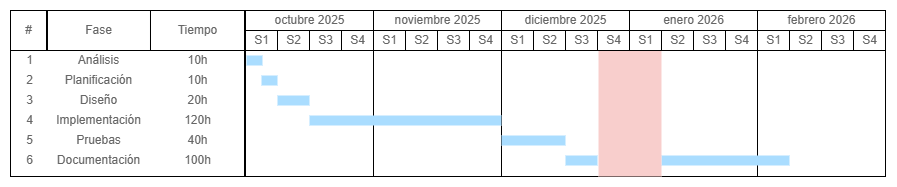
Before: documents/img/diagramas/gantt.png, a diagram exported from draw.io (humaral/tfg). Source tidied: cells renumbered, new cells last; positions are measured from the earlier drawing's top-left corner, leaving out a move shared by most shapes. Its diagram source:
```xml
<mxGraphModel>
  <root>
    <mxCell id="0" />
    <mxCell id="1" parent="0" />
    <mxCell id="2" style="strokeColor=inherit;fillColor=inherit;gradientColor=inherit;strokeWidth=1;shadow=0;dashed=0;align=center;html=1;shape=mxgraph.mockup.graphics.rrect;rSize=0;fontColor=#666666;" parent="1" vertex="1">
      <mxGeometry x="363" y="40" width="128" height="126" as="geometry" />
    </mxCell>
    <mxCell id="3" style="strokeColor=inherit;fillColor=inherit;gradientColor=inherit;strokeWidth=1;shadow=0;dashed=0;align=center;html=1;shape=mxgraph.mockup.graphics.rrect;rSize=0;fontColor=#666666;" parent="1" vertex="1">
      <mxGeometry x="491" y="40" width="128" height="126" as="geometry" />
    </mxCell>
    <mxCell id="4" style="strokeColor=inherit;fillColor=inherit;gradientColor=inherit;strokeWidth=1;shadow=0;dashed=0;align=center;html=1;shape=mxgraph.mockup.graphics.rrect;rSize=0;fontColor=#666666;" parent="1" vertex="1">
      <mxGeometry x="619" y="40" width="128" height="126" as="geometry" />
    </mxCell>
    <mxCell id="5" style="strokeColor=inherit;fillColor=inherit;gradientColor=inherit;strokeWidth=1;shadow=0;dashed=0;align=center;html=1;shape=mxgraph.mockup.graphics.rrect;rSize=0;fontColor=#666666;" parent="1" vertex="1">
      <mxGeometry x="747" y="40" width="128" height="126" as="geometry" />
    </mxCell>
    <mxCell id="6" value="#" style="strokeColor=inherit;fillColor=inherit;gradientColor=inherit;strokeWidth=1;shadow=0;dashed=0;align=center;html=1;shape=mxgraph.mockup.graphics.rrect;rSize=0;fontColor=#666666;" parent="1" vertex="1">
      <mxGeometry width="36" height="40" as="geometry" />
    </mxCell>
    <mxCell id="7" value="Fase" style="strokeColor=inherit;fillColor=inherit;gradientColor=inherit;strokeWidth=1;shadow=0;dashed=0;align=center;html=1;shape=mxgraph.mockup.graphics.rrect;rSize=0;fontColor=#666666;" parent="1" vertex="1">
      <mxGeometry x="37" width="103" height="40" as="geometry" />
    </mxCell>
    <mxCell id="8" value="Tiempo" style="strokeColor=inherit;fillColor=inherit;gradientColor=inherit;strokeWidth=1;shadow=0;dashed=0;align=center;html=1;shape=mxgraph.mockup.graphics.rrect;rSize=0;fontColor=#666666;" parent="1" vertex="1">
      <mxGeometry x="140" width="94" height="40" as="geometry" />
    </mxCell>
    <mxCell id="9" value="octubre 2025" style="strokeColor=inherit;fillColor=inherit;gradientColor=inherit;strokeWidth=1;shadow=0;dashed=0;align=center;html=1;shape=mxgraph.mockup.graphics.rrect;rSize=0;fontColor=#666666;" parent="1" vertex="1">
      <mxGeometry x="235" width="128" height="20" as="geometry" />
    </mxCell>
    <mxCell id="10" value="S1" style="strokeColor=inherit;fillColor=inherit;gradientColor=inherit;strokeWidth=1;shadow=0;dashed=0;align=center;html=1;shape=mxgraph.mockup.graphics.rrect;rSize=0;fontColor=#666666;" parent="1" vertex="1">
      <mxGeometry x="235" y="20" width="32" height="20" as="geometry" />
    </mxCell>
    <mxCell id="11" style="strokeColor=inherit;fillColor=inherit;gradientColor=inherit;strokeWidth=1;shadow=0;dashed=0;align=center;html=1;shape=mxgraph.mockup.graphics.rrect;rSize=0;fontColor=#666666;" parent="1" vertex="1">
      <mxGeometry y="40" width="234" height="126" as="geometry" />
    </mxCell>
    <mxCell id="12" style="strokeColor=inherit;fillColor=inherit;gradientColor=inherit;strokeWidth=1;shadow=0;dashed=0;align=center;html=1;shape=mxgraph.mockup.graphics.rrect;rSize=0;fontColor=#666666;" parent="1" vertex="1">
      <mxGeometry x="235" y="40" width="128" height="126" as="geometry" />
    </mxCell>
    <mxCell id="13" value="1" style="strokeWidth=1;shadow=0;dashed=0;align=center;html=1;shape=mxgraph.mockup.graphics.anchor;fontColor=#666666;" parent="1" vertex="1">
      <mxGeometry y="40" width="37.3" height="20" as="geometry" />
    </mxCell>
    <mxCell id="14" value="Análisis" style="strokeWidth=1;shadow=0;dashed=0;align=center;html=1;shape=mxgraph.mockup.graphics.anchor;fontColor=#666666;" parent="1" vertex="1">
      <mxGeometry x="50.3" y="40" width="74.7" height="20" as="geometry" />
    </mxCell>
    <mxCell id="15" value="10h" style="strokeWidth=1;shadow=0;dashed=0;align=center;html=1;shape=mxgraph.mockup.graphics.anchor;fontColor=#666666;" parent="1" vertex="1">
      <mxGeometry x="140" y="40" width="93.3" height="20" as="geometry" />
    </mxCell>
    <mxCell id="16" value="2" style="strokeWidth=1;shadow=0;dashed=0;align=center;html=1;shape=mxgraph.mockup.graphics.anchor;fontColor=#666666;" parent="1" vertex="1">
      <mxGeometry y="60" width="37.3" height="20" as="geometry" />
    </mxCell>
    <mxCell id="17" value="Planificación" style="strokeWidth=1;shadow=0;dashed=0;align=center;html=1;shape=mxgraph.mockup.graphics.anchor;fontColor=#666666;" parent="1" vertex="1">
      <mxGeometry x="50.3" y="60" width="74.7" height="20" as="geometry" />
    </mxCell>
    <mxCell id="18" value="10h" style="strokeWidth=1;shadow=0;dashed=0;align=center;html=1;shape=mxgraph.mockup.graphics.anchor;fontColor=#666666;" parent="1" vertex="1">
      <mxGeometry x="140.3" y="60" width="93.3" height="20" as="geometry" />
    </mxCell>
    <mxCell id="19" value="3" style="strokeWidth=1;shadow=0;dashed=0;align=center;html=1;shape=mxgraph.mockup.graphics.anchor;fontColor=#666666;" parent="1" vertex="1">
      <mxGeometry y="80" width="37.3" height="20" as="geometry" />
    </mxCell>
    <mxCell id="20" value="Diseño" style="strokeWidth=1;shadow=0;dashed=0;align=center;html=1;shape=mxgraph.mockup.graphics.anchor;fontColor=#666666;" parent="1" vertex="1">
      <mxGeometry x="50.3" y="80" width="74.7" height="20" as="geometry" />
    </mxCell>
    <mxCell id="21" value="20h" style="strokeWidth=1;shadow=0;dashed=0;align=center;html=1;shape=mxgraph.mockup.graphics.anchor;fontColor=#666666;" parent="1" vertex="1">
      <mxGeometry x="140" y="80" width="93.3" height="20" as="geometry" />
    </mxCell>
    <mxCell id="22" value="4" style="strokeWidth=1;shadow=0;dashed=0;align=center;html=1;shape=mxgraph.mockup.graphics.anchor;fontColor=#666666;" parent="1" vertex="1">
      <mxGeometry y="100" width="37.3" height="20" as="geometry" />
    </mxCell>
    <mxCell id="23" value="Implementación" style="strokeWidth=1;shadow=0;dashed=0;align=center;html=1;shape=mxgraph.mockup.graphics.anchor;fontColor=#666666;" parent="1" vertex="1">
      <mxGeometry x="50.3" y="100" width="74.7" height="20" as="geometry" />
    </mxCell>
    <mxCell id="24" value="120h" style="strokeWidth=1;shadow=0;dashed=0;align=center;html=1;shape=mxgraph.mockup.graphics.anchor;fontColor=#666666;" parent="1" vertex="1">
      <mxGeometry x="140" y="100" width="93.3" height="20" as="geometry" />
    </mxCell>
    <mxCell id="25" style="strokeWidth=1;shadow=0;dashed=0;align=center;html=1;shape=mxgraph.mockup.graphics.rrect;rSize=0;strokeColor=none;fillColor=#aaddff;" parent="1" vertex="1">
      <mxGeometry x="236" y="45" width="16" height="10" as="geometry" />
    </mxCell>
    <mxCell id="26" style="strokeWidth=1;shadow=0;dashed=0;align=center;html=1;shape=mxgraph.mockup.graphics.rrect;rSize=0;strokeColor=none;fillColor=#aaddff;" parent="1" vertex="1">
      <mxGeometry x="251" y="65" width="16" height="10" as="geometry" />
    </mxCell>
    <mxCell id="27" style="strokeWidth=1;shadow=0;dashed=0;align=center;html=1;shape=mxgraph.mockup.graphics.rrect;rSize=0;strokeColor=none;fillColor=#aaddff;" parent="1" vertex="1">
      <mxGeometry x="267" y="85" width="32" height="10" as="geometry" />
    </mxCell>
    <mxCell id="28" style="strokeWidth=1;shadow=0;dashed=0;align=center;html=1;shape=mxgraph.mockup.graphics.rrect;rSize=0;strokeColor=none;fillColor=#aaddff;" parent="1" vertex="1">
      <mxGeometry x="299" y="105" width="192" height="10" as="geometry" />
    </mxCell>
    <mxCell id="29" value="5" style="strokeWidth=1;shadow=0;dashed=0;align=center;html=1;shape=mxgraph.mockup.graphics.anchor;fontColor=#666666;" parent="1" vertex="1">
      <mxGeometry y="120" width="37.3" height="20" as="geometry" />
    </mxCell>
    <mxCell id="30" value="Pruebas" style="strokeWidth=1;shadow=0;dashed=0;align=center;html=1;shape=mxgraph.mockup.graphics.anchor;fontColor=#666666;" parent="1" vertex="1">
      <mxGeometry x="50.3" y="120" width="74.7" height="20" as="geometry" />
    </mxCell>
    <mxCell id="31" value="40h" style="strokeWidth=1;shadow=0;dashed=0;align=center;html=1;shape=mxgraph.mockup.graphics.anchor;fontColor=#666666;" parent="1" vertex="1">
      <mxGeometry x="140.3" y="120" width="93.3" height="20" as="geometry" />
    </mxCell>
    <mxCell id="32" value="6" style="strokeWidth=1;shadow=0;dashed=0;align=center;html=1;shape=mxgraph.mockup.graphics.anchor;fontColor=#666666;" parent="1" vertex="1">
      <mxGeometry y="140" width="37.3" height="20" as="geometry" />
    </mxCell>
    <mxCell id="33" value="Documentación" style="strokeWidth=1;shadow=0;dashed=0;align=center;html=1;shape=mxgraph.mockup.graphics.anchor;fontColor=#666666;" parent="1" vertex="1">
      <mxGeometry x="50.3" y="140" width="74.7" height="20" as="geometry" />
    </mxCell>
    <mxCell id="34" value="100h" style="strokeWidth=1;shadow=0;dashed=0;align=center;html=1;shape=mxgraph.mockup.graphics.anchor;fontColor=#666666;" parent="1" vertex="1">
      <mxGeometry x="140" y="140" width="93.3" height="20" as="geometry" />
    </mxCell>
    <mxCell id="35" value="S2" style="strokeColor=inherit;fillColor=inherit;gradientColor=inherit;strokeWidth=1;shadow=0;dashed=0;align=center;html=1;shape=mxgraph.mockup.graphics.rrect;rSize=0;fontColor=#666666;" parent="1" vertex="1">
      <mxGeometry x="267" y="20" width="32" height="20" as="geometry" />
    </mxCell>
    <mxCell id="36" value="S3" style="strokeColor=inherit;fillColor=inherit;gradientColor=inherit;strokeWidth=1;shadow=0;dashed=0;align=center;html=1;shape=mxgraph.mockup.graphics.rrect;rSize=0;fontColor=#666666;" parent="1" vertex="1">
      <mxGeometry x="299" y="20" width="32" height="20" as="geometry" />
    </mxCell>
    <mxCell id="37" value="S4" style="strokeColor=inherit;fillColor=inherit;gradientColor=inherit;strokeWidth=1;shadow=0;dashed=0;align=center;html=1;shape=mxgraph.mockup.graphics.rrect;rSize=0;fontColor=#666666;" parent="1" vertex="1">
      <mxGeometry x="331" y="20" width="32" height="20" as="geometry" />
    </mxCell>
    <mxCell id="38" value="noviembre 2025" style="strokeColor=inherit;fillColor=inherit;gradientColor=inherit;strokeWidth=1;shadow=0;dashed=0;align=center;html=1;shape=mxgraph.mockup.graphics.rrect;rSize=0;fontColor=#666666;" parent="1" vertex="1">
      <mxGeometry x="363" width="128" height="20" as="geometry" />
    </mxCell>
    <mxCell id="39" value="S1" style="strokeColor=inherit;fillColor=inherit;gradientColor=inherit;strokeWidth=1;shadow=0;dashed=0;align=center;html=1;shape=mxgraph.mockup.graphics.rrect;rSize=0;fontColor=#666666;" parent="1" vertex="1">
      <mxGeometry x="363" y="20" width="32" height="20" as="geometry" />
    </mxCell>
    <mxCell id="40" value="S2" style="strokeColor=inherit;fillColor=inherit;gradientColor=inherit;strokeWidth=1;shadow=0;dashed=0;align=center;html=1;shape=mxgraph.mockup.graphics.rrect;rSize=0;fontColor=#666666;" parent="1" vertex="1">
      <mxGeometry x="395" y="20" width="32" height="20" as="geometry" />
    </mxCell>
    <mxCell id="41" value="S3" style="strokeColor=inherit;fillColor=inherit;gradientColor=inherit;strokeWidth=1;shadow=0;dashed=0;align=center;html=1;shape=mxgraph.mockup.graphics.rrect;rSize=0;fontColor=#666666;" parent="1" vertex="1">
      <mxGeometry x="427" y="20" width="32" height="20" as="geometry" />
    </mxCell>
    <mxCell id="42" value="S4" style="strokeColor=inherit;fillColor=inherit;gradientColor=inherit;strokeWidth=1;shadow=0;dashed=0;align=center;html=1;shape=mxgraph.mockup.graphics.rrect;rSize=0;fontColor=#666666;" parent="1" vertex="1">
      <mxGeometry x="459" y="20" width="32" height="20" as="geometry" />
    </mxCell>
    <mxCell id="43" value="enero 2026" style="strokeColor=inherit;fillColor=inherit;gradientColor=inherit;strokeWidth=1;shadow=0;dashed=0;align=center;html=1;shape=mxgraph.mockup.graphics.rrect;rSize=0;fontColor=#666666;" parent="1" vertex="1">
      <mxGeometry x="619" width="128" height="20" as="geometry" />
    </mxCell>
    <mxCell id="44" value="S2" style="strokeColor=inherit;fillColor=inherit;gradientColor=inherit;strokeWidth=1;shadow=0;dashed=0;align=center;html=1;shape=mxgraph.mockup.graphics.rrect;rSize=0;fontColor=#666666;" parent="1" vertex="1">
      <mxGeometry x="651" y="20" width="32" height="20" as="geometry" />
    </mxCell>
    <mxCell id="45" value="S3" style="strokeColor=inherit;fillColor=inherit;gradientColor=inherit;strokeWidth=1;shadow=0;dashed=0;align=center;html=1;shape=mxgraph.mockup.graphics.rrect;rSize=0;fontColor=#666666;" parent="1" vertex="1">
      <mxGeometry x="683" y="20" width="32" height="20" as="geometry" />
    </mxCell>
    <mxCell id="46" value="S4" style="strokeColor=inherit;fillColor=inherit;gradientColor=inherit;strokeWidth=1;shadow=0;dashed=0;align=center;html=1;shape=mxgraph.mockup.graphics.rrect;rSize=0;fontColor=#666666;" parent="1" vertex="1">
      <mxGeometry x="715" y="20" width="32" height="20" as="geometry" />
    </mxCell>
    <mxCell id="47" value="diciembre 2025" style="strokeColor=inherit;fillColor=inherit;gradientColor=inherit;strokeWidth=1;shadow=0;dashed=0;align=center;html=1;shape=mxgraph.mockup.graphics.rrect;rSize=0;fontColor=#666666;" parent="1" vertex="1">
      <mxGeometry x="491" width="128" height="20" as="geometry" />
    </mxCell>
    <mxCell id="48" value="S3" style="strokeColor=inherit;fillColor=inherit;gradientColor=inherit;strokeWidth=1;shadow=0;dashed=0;align=center;html=1;shape=mxgraph.mockup.graphics.rrect;rSize=0;fontColor=#666666;" parent="1" vertex="1">
      <mxGeometry x="555" y="20" width="32" height="20" as="geometry" />
    </mxCell>
    <mxCell id="49" value="S2" style="strokeColor=inherit;fillColor=inherit;gradientColor=inherit;strokeWidth=1;shadow=0;dashed=0;align=center;html=1;shape=mxgraph.mockup.graphics.rrect;rSize=0;fontColor=#666666;" parent="1" vertex="1">
      <mxGeometry x="523" y="20" width="32" height="20" as="geometry" />
    </mxCell>
    <mxCell id="50" value="S1" style="strokeColor=inherit;fillColor=inherit;gradientColor=inherit;strokeWidth=1;shadow=0;dashed=0;align=center;html=1;shape=mxgraph.mockup.graphics.rrect;rSize=0;fontColor=#666666;" parent="1" vertex="1">
      <mxGeometry x="491" y="20" width="32" height="20" as="geometry" />
    </mxCell>
    <mxCell id="51" value="febrero 2026" style="strokeColor=inherit;fillColor=inherit;gradientColor=inherit;strokeWidth=1;shadow=0;dashed=0;align=center;html=1;shape=mxgraph.mockup.graphics.rrect;rSize=0;fontColor=#666666;" parent="1" vertex="1">
      <mxGeometry x="747" width="128" height="20" as="geometry" />
    </mxCell>
    <mxCell id="52" value="S1" style="strokeColor=inherit;fillColor=inherit;gradientColor=inherit;strokeWidth=1;shadow=0;dashed=0;align=center;html=1;shape=mxgraph.mockup.graphics.rrect;rSize=0;fontColor=#666666;" parent="1" vertex="1">
      <mxGeometry x="747" y="20" width="32" height="20" as="geometry" />
    </mxCell>
    <mxCell id="53" value="S2" style="strokeColor=inherit;fillColor=inherit;gradientColor=inherit;strokeWidth=1;shadow=0;dashed=0;align=center;html=1;shape=mxgraph.mockup.graphics.rrect;rSize=0;fontColor=#666666;" parent="1" vertex="1">
      <mxGeometry x="779" y="20" width="32" height="20" as="geometry" />
    </mxCell>
    <mxCell id="54" value="S3" style="strokeColor=inherit;fillColor=inherit;gradientColor=inherit;strokeWidth=1;shadow=0;dashed=0;align=center;html=1;shape=mxgraph.mockup.graphics.rrect;rSize=0;fontColor=#666666;" parent="1" vertex="1">
      <mxGeometry x="811" y="20" width="32" height="20" as="geometry" />
    </mxCell>
    <mxCell id="55" value="S4" style="strokeColor=inherit;fillColor=inherit;gradientColor=inherit;strokeWidth=1;shadow=0;dashed=0;align=center;html=1;shape=mxgraph.mockup.graphics.rrect;rSize=0;fontColor=#666666;" parent="1" vertex="1">
      <mxGeometry x="843" y="20" width="32" height="20" as="geometry" />
    </mxCell>
    <mxCell id="56" style="strokeWidth=1;shadow=0;dashed=0;align=center;html=1;shape=mxgraph.mockup.graphics.rrect;rSize=0;strokeColor=none;fillColor=#aaddff;" parent="1" vertex="1">
      <mxGeometry x="491" y="125" width="64" height="10" as="geometry" />
    </mxCell>
    <mxCell id="57" style="strokeWidth=1;shadow=0;dashed=0;align=center;html=1;shape=mxgraph.mockup.graphics.rrect;rSize=0;strokeColor=none;fillColor=#aaddff;" parent="1" vertex="1">
      <mxGeometry x="651" y="145" width="128" height="10" as="geometry" />
    </mxCell>
    <mxCell id="58" style="strokeWidth=1;shadow=0;dashed=0;align=center;html=1;shape=mxgraph.mockup.graphics.rrect;rSize=0;strokeColor=none;fillColor=#aaddff;" parent="1" vertex="1">
      <mxGeometry x="555" y="145" width="32" height="10" as="geometry" />
    </mxCell>
    <mxCell id="59" style="strokeColor=none;fillColor=light-dark(#F8CECC,#7C1111);strokeWidth=0;shadow=0;align=center;html=1;shape=mxgraph.mockup.graphics.rrect;rSize=0;" parent="1" vertex="1">
      <mxGeometry x="588" y="40" width="63" height="126" as="geometry" />
    </mxCell>
    <mxCell id="60" value="S4" style="strokeColor=inherit;fillColor=inherit;gradientColor=inherit;strokeWidth=1;shadow=0;dashed=0;align=center;html=1;shape=mxgraph.mockup.graphics.rrect;rSize=0;fontColor=#666666;" parent="1" vertex="1">
      <mxGeometry x="587" y="20" width="32" height="20" as="geometry" />
    </mxCell>
    <mxCell id="61" value="S1" style="strokeColor=inherit;fillColor=inherit;gradientColor=inherit;strokeWidth=1;shadow=0;dashed=0;align=center;html=1;shape=mxgraph.mockup.graphics.rrect;rSize=0;fontColor=#666666;" parent="1" vertex="1">
      <mxGeometry x="619" y="20" width="32" height="20" as="geometry" />
    </mxCell>
  </root>
</mxGraphModel>
```
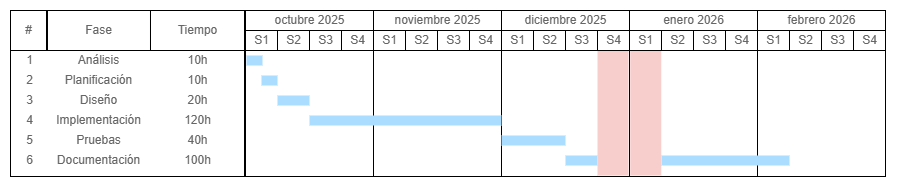
The same file after the commit.

The edit, as a diff of the source:
```diff
@@ -174,11 +174,14 @@
       <mxGeometry x="555" y="145" width="32" height="10" as="geometry" />
     </mxCell>
     <mxCell id="59" style="strokeColor=none;fillColor=light-dark(#F8CECC,#7C1111);strokeWidth=0;shadow=0;align=center;html=1;shape=mxgraph.mockup.graphics.rrect;rSize=0;" parent="1" vertex="1">
-      <mxGeometry x="588" y="40" width="63" height="126" as="geometry" />
+      <mxGeometry x="587" y="40" width="31" height="125" as="geometry" />
     </mxCell>
     <mxCell id="60" value="S4" style="strokeColor=inherit;fillColor=inherit;gradientColor=inherit;strokeWidth=1;shadow=0;dashed=0;align=center;html=1;shape=mxgraph.mockup.graphics.rrect;rSize=0;fontColor=#666666;" parent="1" vertex="1">
       <mxGeometry x="587" y="20" width="32" height="20" as="geometry" />
     </mxCell>
+    <mxCell id="62" style="strokeColor=none;fillColor=light-dark(#F8CECC,#7C1111);strokeWidth=0;shadow=0;align=center;html=1;shape=mxgraph.mockup.graphics.rrect;rSize=0;" parent="1" vertex="1">
+      <mxGeometry x="619.8" y="40" width="31" height="125" as="geometry" />
+    </mxCell>
     <mxCell id="61" value="S1" style="strokeColor=inherit;fillColor=inherit;gradientColor=inherit;strokeWidth=1;shadow=0;dashed=0;align=center;html=1;shape=mxgraph.mockup.graphics.rrect;rSize=0;fontColor=#666666;" parent="1" vertex="1">
       <mxGeometry x="619" y="20" width="32" height="20" as="geometry" />
     </mxCell>
```
